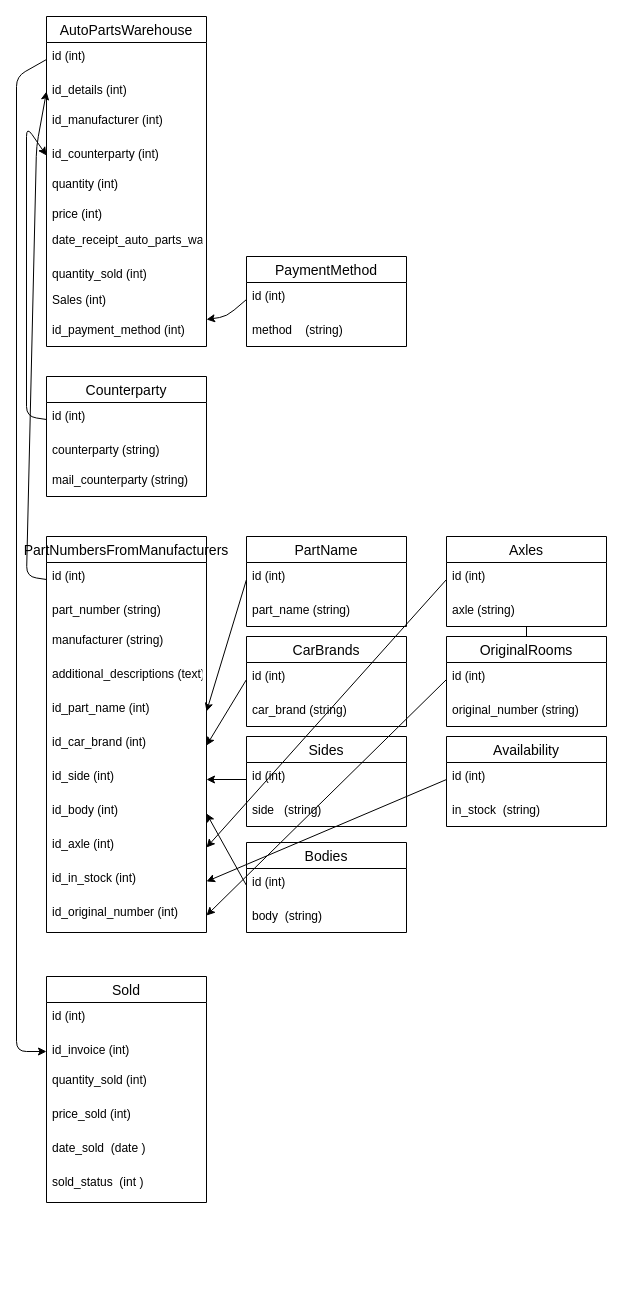
The draw.io diagram db.drawio in Ruslan-qu/autoParts, before the edit. Source tidied: cells renumbered, new cells numbered last; positions are measured from the earlier drawing's top-left corner, leaving out a move shared by most shapes. Both pictures are drawn from the tidied source at 100%, with x=0, y=0 at pixel (16, 16).
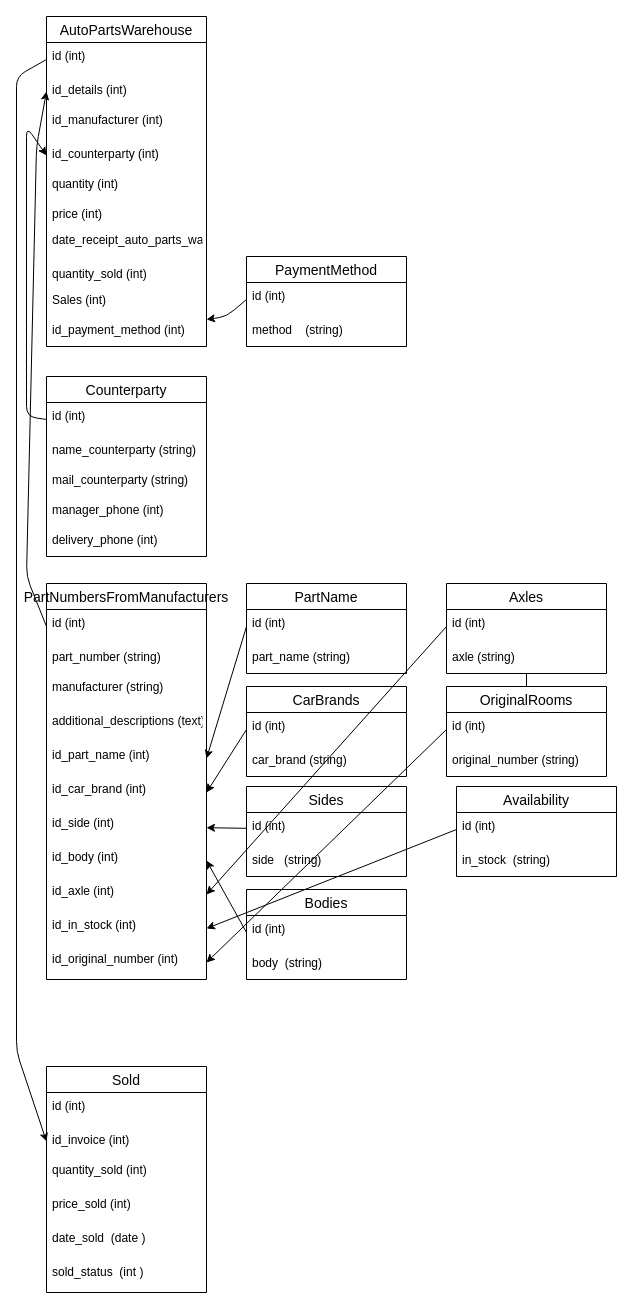
The same page after the edit.

Change to the diagram source:
```diff
@@
     <mxCell id="13" value="Counterparty" style="swimlane;fontStyle=0;horizontal=1;startSize=26;align=center;fontSize=14;" parent="1" vertex="1">
-      <mxGeometry x="30" y="360" width="160" height="120" as="geometry" />
+      <mxGeometry x="30" y="360" width="160" height="180" as="geometry" />
     </mxCell>
@@
-    <mxCell id="15" value="counterparty (string)" style="text;strokeColor=none;fillColor=none;spacingLeft=4;spacingRight=4;overflow=hidden;fontSize=12;" parent="13" vertex="1">
+    <mxCell id="15" value="name_counterparty (string)" style="text;strokeColor=none;fillColor=none;spacingLeft=4;spacingRight=4;overflow=hidden;fontSize=12;" parent="13" vertex="1">
       <mxGeometry y="60" width="160" height="30" as="geometry" />
     </mxCell>
@@
+    <mxCell id="72" value="manager_phone (int)" style="text;strokeColor=none;fillColor=none;spacingLeft=4;spacingRight=4;overflow=hidden;fontSize=12;" parent="13" vertex="1">
+      <mxGeometry y="120" width="160" height="30" as="geometry" />
+    </mxCell>
+    <mxCell id="73" value="delivery_phone (int)" style="text;strokeColor=none;fillColor=none;spacingLeft=4;spacingRight=4;overflow=hidden;fontSize=12;" parent="13" vertex="1">
+      <mxGeometry y="150" width="160" height="30" as="geometry" />
+    </mxCell>
     <mxCell id="17" value="Sold" style="swimlane;fontStyle=0;horizontal=1;startSize=26;align=center;fontSize=14;" parent="1" vertex="1">
-      <mxGeometry x="30" y="960" width="160" height="226" as="geometry" />
+      <mxGeometry x="30" y="1050" width="160" height="226" as="geometry" />
     </mxCell>
@@
     <mxCell id="25" value="PartName" style="swimlane;fontStyle=0;horizontal=1;startSize=26;align=center;fontSize=14;" parent="1" vertex="1">
-      <mxGeometry x="230" y="520" width="160" height="90" as="geometry" />
+      <mxGeometry x="230" y="567" width="160" height="90" as="geometry" />
     </mxCell>
@@
     <mxCell id="28" value="CarBrands" style="swimlane;fontStyle=0;horizontal=1;startSize=26;align=center;fontSize=14;" parent="1" vertex="1">
-      <mxGeometry x="230" y="620" width="160" height="90" as="geometry" />
+      <mxGeometry x="230" y="670" width="160" height="90" as="geometry" />
     </mxCell>
@@
     <mxCell id="31" value="Sides" style="swimlane;fontStyle=0;horizontal=1;startSize=26;align=center;fontSize=14;" parent="1" vertex="1">
-      <mxGeometry x="230" y="720" width="160" height="90" as="geometry" />
+      <mxGeometry x="230" y="770" width="160" height="90" as="geometry" />
     </mxCell>
@@
     <mxCell id="38" value="PartNumbersFromManufacturers" style="swimlane;fontStyle=0;horizontal=1;startSize=26;align=center;fontSize=14;" parent="1" vertex="1">
-      <mxGeometry x="30" y="520" width="160" height="396" as="geometry" />
+      <mxGeometry x="30" y="567" width="160" height="396" as="geometry" />
     </mxCell>
@@
     <mxCell id="51" value="Availability" style="swimlane;fontStyle=0;horizontal=1;startSize=26;align=center;fontSize=14;" parent="1" vertex="1">
-      <mxGeometry x="430" y="720" width="160" height="90" as="geometry" />
+      <mxGeometry x="440" y="770" width="160" height="90" as="geometry" />
     </mxCell>
@@
     <mxCell id="54" value="Axles" style="swimlane;fontStyle=0;horizontal=1;startSize=26;align=center;fontSize=14;" parent="1" vertex="1">
-      <mxGeometry x="430" y="520" width="160" height="90" as="geometry" />
+      <mxGeometry x="430" y="567" width="160" height="90" as="geometry" />
     </mxCell>
@@
     <mxCell id="58" value="OriginalRooms" style="swimlane;fontStyle=0;horizontal=1;startSize=26;align=center;fontSize=14;" parent="1" vertex="1">
-      <mxGeometry x="430" y="620" width="160" height="90" as="geometry" />
+      <mxGeometry x="430" y="670" width="160" height="90" as="geometry" />
     </mxCell>
@@
     <mxCell id="61" value="Bodies" style="swimlane;fontStyle=0;horizontal=1;startSize=26;align=center;fontSize=14;" parent="1" vertex="1">
-      <mxGeometry x="230" y="826" width="160" height="90" as="geometry" />
+      <mxGeometry x="230" y="873" width="160" height="90" as="geometry" />
     </mxCell>
```
